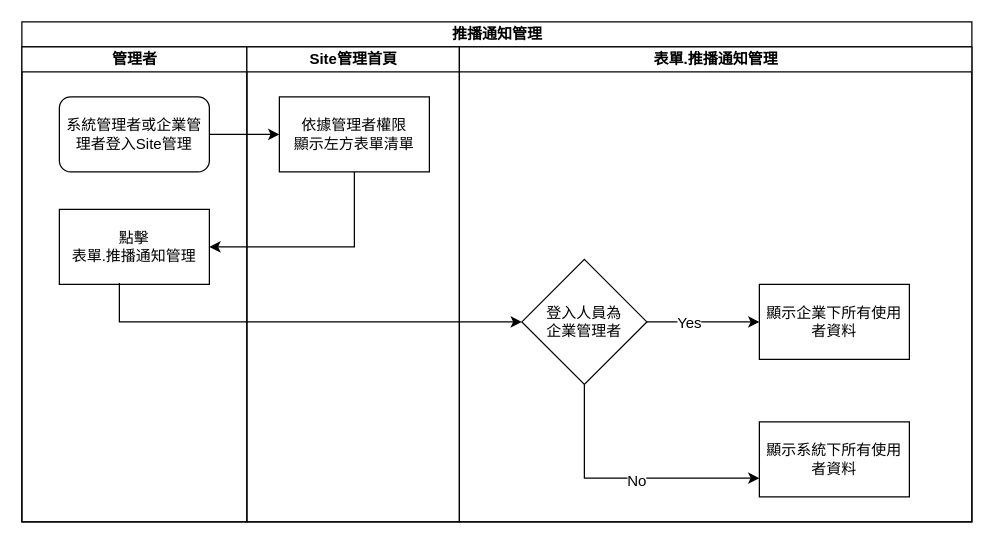
Above: page "開啟畫面" (1 of 5) of 8.10.0/UPDATE/ITEM_2/RTE/diagram/推播通知管理.drawio in ArcareRD/sadocs (draw.io), before the change. Source tidied: cells renumbered, new cells numbered last; positions are measured from the earlier drawing's top-left corner, leaving out a move shared by most shapes. Both pictures are drawn from the tidied source at 125%, with x=0, y=0 at pixel (21, 21).
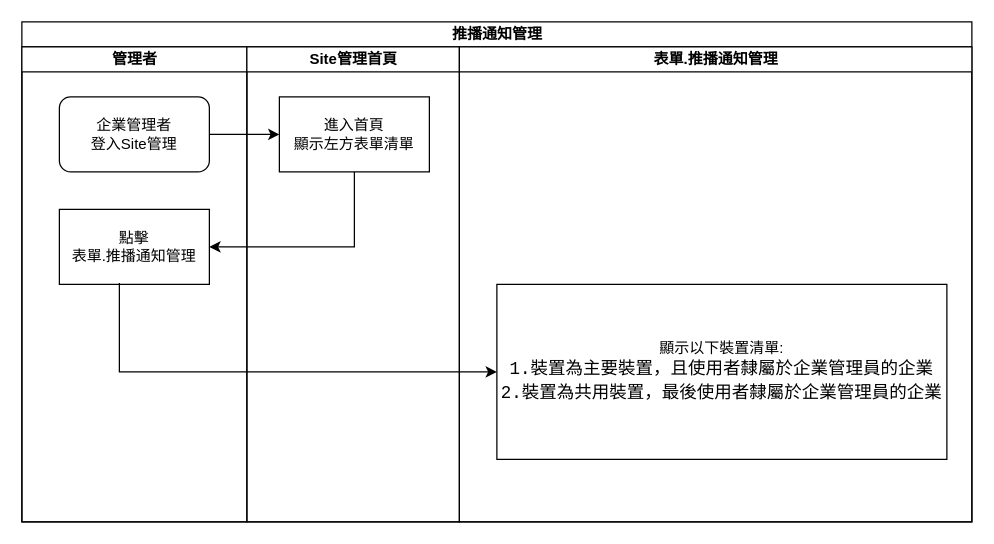
The same page after the edit.

Change to the diagram source:
```diff
@@
 <mxGraphModel>
   <root>
     <mxCell id="0" />
     <mxCell id="1" parent="0" />
     <mxCell id="2" value="推播通知管理" style="swimlane;html=1;startSize=20;direction=east;" parent="1" vertex="1">
       <mxGeometry width="760" height="400" as="geometry" />
     </mxCell>
     <mxCell id="3" value="管理者" style="swimlane;html=1;startSize=20;" parent="2" vertex="1">
       <mxGeometry y="20" width="180" height="380" as="geometry" />
     </mxCell>
     <mxCell id="4" value="點擊&lt;br&gt;表單.推播通知管理" style="rounded=0;whiteSpace=wrap;html=1;fontSize=12;" parent="3" vertex="1">
       <mxGeometry x="30" y="130" width="120" height="60" as="geometry" />
     </mxCell>
-    <mxCell id="5" value="系統管理者或企業管理者登入Site管理" style="rounded=1;whiteSpace=wrap;html=1;fontSize=12;" parent="3" vertex="1">
+    <mxCell id="5" value="企業管理者&lt;br&gt;登入Site管理" style="rounded=1;whiteSpace=wrap;html=1;fontSize=12;" parent="3" vertex="1">
       <mxGeometry x="30" y="40" width="120" height="60" as="geometry" />
     </mxCell>
     <mxCell id="6" value="Site管理首頁" style="swimlane;html=1;startSize=20;" parent="2" vertex="1">
       <mxGeometry x="180" y="20" width="170" height="380" as="geometry" />
     </mxCell>
-    <mxCell id="7" value="依據管理者權限&lt;br&gt;顯示左方表單清單" style="rounded=0;whiteSpace=wrap;html=1;fontSize=12;" parent="6" vertex="1">
+    <mxCell id="7" value="進入首頁&lt;br&gt;顯示左方表單清單" style="rounded=0;whiteSpace=wrap;html=1;fontSize=12;" parent="6" vertex="1">
       <mxGeometry x="26" y="40" width="120" height="60" as="geometry" />
     </mxCell>
     <mxCell id="8" value="表單.推播通知管理" style="swimlane;html=1;startSize=20;" parent="2" vertex="1">
       <mxGeometry x="350" y="20" width="410" height="380" as="geometry" />
     </mxCell>
-    <mxCell id="9" style="edgeStyle=orthogonalEdgeStyle;rounded=0;jettySize=auto;html=1;fontSize=12;" parent="8" edge="1" source="13" target="15">
-      <mxGeometry relative="1" as="geometry" />
-    </mxCell>
-    <mxCell id="10" value="Yes" style="edgeLabel;html=1;align=center;verticalAlign=middle;fontSize=12;" parent="9" vertex="1">
-      <mxGeometry x="-0.27" relative="1" as="geometry" />
-    </mxCell>
-    <mxCell id="11" style="edgeStyle=orthogonalEdgeStyle;rounded=0;jettySize=auto;html=1;entryX=0;entryY=0.75;entryDx=0;entryDy=0;fontSize=12;exitX=0.5;exitY=1;exitDx=0;exitDy=0;" parent="8" edge="1" source="13" target="14">
-      <mxGeometry relative="1" as="geometry" />
-    </mxCell>
-    <mxCell id="12" value="No" style="edgeLabel;html=1;align=center;verticalAlign=middle;fontSize=12;" parent="11" vertex="1">
-      <mxGeometry x="-0.3" y="41" relative="1" as="geometry">
-        <mxPoint x="41" y="43" as="offset" />
-      </mxGeometry>
-    </mxCell>
-    <mxCell id="13" value="登入人員為&lt;br&gt;企業管理者" style="rhombus;whiteSpace=wrap;html=1;fontSize=12;" parent="8" vertex="1">
-      <mxGeometry x="50" y="170" width="100" height="100" as="geometry" />
-    </mxCell>
-    <mxCell id="14" value="顯示系統下所有使用者資料" style="rounded=0;whiteSpace=wrap;html=1;fontSize=12;" parent="8" vertex="1">
-      <mxGeometry x="240" y="300" width="120" height="60" as="geometry" />
-    </mxCell>
-    <mxCell id="15" value="顯示企業下所有使用者資料" style="rounded=0;whiteSpace=wrap;html=1;fontSize=12;" parent="8" vertex="1">
-      <mxGeometry x="240" y="190" width="120" height="60" as="geometry" />
+    <mxCell id="15" value="&lt;span style=&quot;background-color: rgb(255 , 255 , 255)&quot;&gt;顯示以下裝置清單:&lt;br&gt;&lt;/span&gt;&lt;div style=&quot;font-family: &amp;#34;consolas&amp;#34; , &amp;#34;courier new&amp;#34; , monospace ; font-size: 14px ; line-height: 19px&quot;&gt;&lt;span style=&quot;background-color: rgb(255 , 255 , 255)&quot;&gt;1.裝置為主要裝置，且使用者隸屬於企業管理員的企業&lt;br&gt;2.&lt;span style=&quot;font-family: &amp;#34;consolas&amp;#34; , &amp;#34;courier new&amp;#34; , monospace&quot;&gt;裝置為共用裝置，最後使用者隸屬於企業管理員的企業&lt;/span&gt;&lt;/span&gt;&lt;/div&gt;" style="rounded=0;whiteSpace=wrap;html=1;fontSize=12;" parent="8" vertex="1">
+      <mxGeometry x="30" y="190" width="360" height="140" as="geometry" />
     </mxCell>
     <mxCell id="16" style="edgeStyle=orthogonalEdgeStyle;rounded=0;jettySize=auto;html=1;entryX=0;entryY=0.5;entryDx=0;entryDy=0;fontSize=12;" parent="2" edge="1" source="5" target="7">
       <mxGeometry relative="1" as="geometry" />
     </mxCell>
     <mxCell id="17" style="edgeStyle=orthogonalEdgeStyle;rounded=0;jettySize=auto;html=1;entryX=1;entryY=0.5;entryDx=0;entryDy=0;fontSize=12;exitX=0.5;exitY=1;exitDx=0;exitDy=0;" parent="2" edge="1" source="7" target="4">
       <mxGeometry relative="1" as="geometry" />
     </mxCell>
-    <mxCell id="18" style="edgeStyle=orthogonalEdgeStyle;rounded=0;jettySize=auto;html=1;fontSize=12;exitX=0.4;exitY=0.983;exitDx=0;exitDy=0;exitPerimeter=0;entryX=0;entryY=0.5;entryDx=0;entryDy=0;" parent="2" edge="1" source="4" target="13">
+    <mxCell id="18" style="edgeStyle=orthogonalEdgeStyle;rounded=0;jettySize=auto;html=1;fontSize=12;exitX=0.4;exitY=0.983;exitDx=0;exitDy=0;exitPerimeter=0;entryX=0;entryY=0.5;entryDx=0;entryDy=0;" parent="2" edge="1" source="4" target="15">
       <mxGeometry relative="1" as="geometry" />
     </mxCell>
   </root>
 </mxGraphModel>
```
